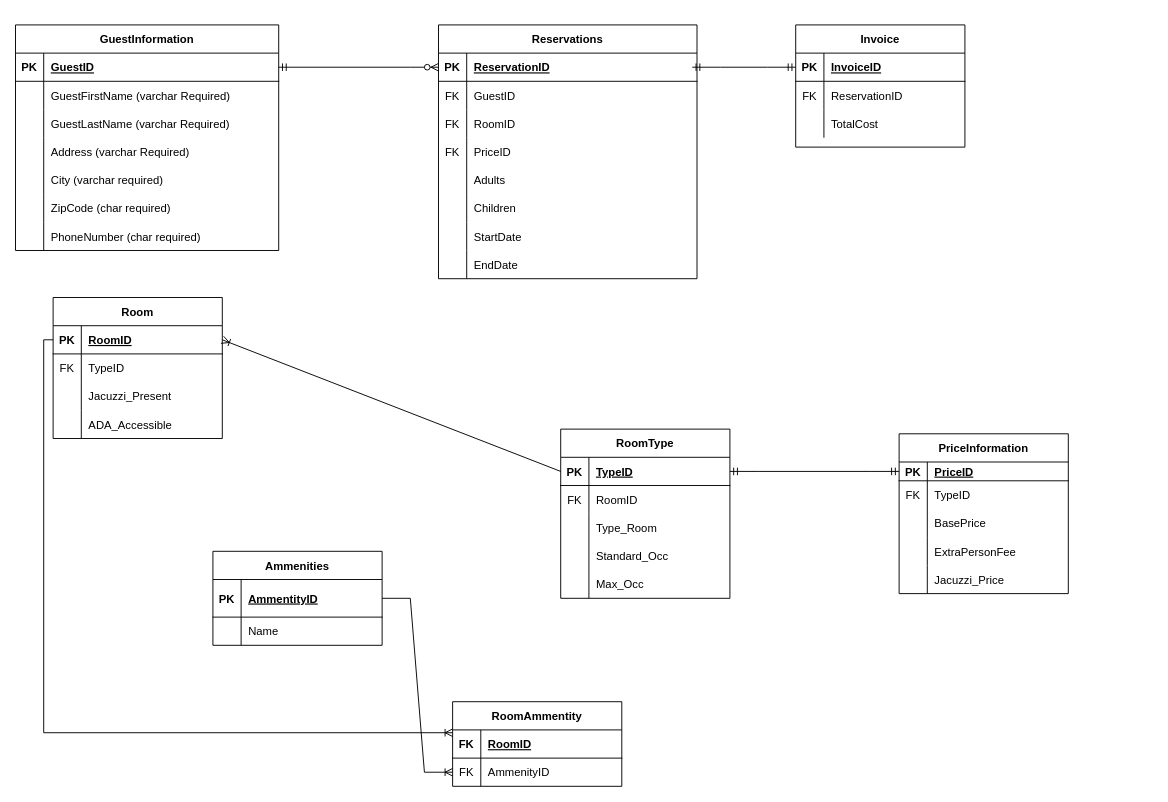
The draw.io diagram Untitled Diagram.drawio in jubin-joseph59/WileyEdge-Linux, before the edit. Source tidied: cells renumbered, new cells numbered last; positions are measured from the earlier drawing's top-left corner, leaving out a move shared by most shapes. Both pictures are drawn from the tidied source at 94%, with x=0, y=0 at pixel (15, 24).
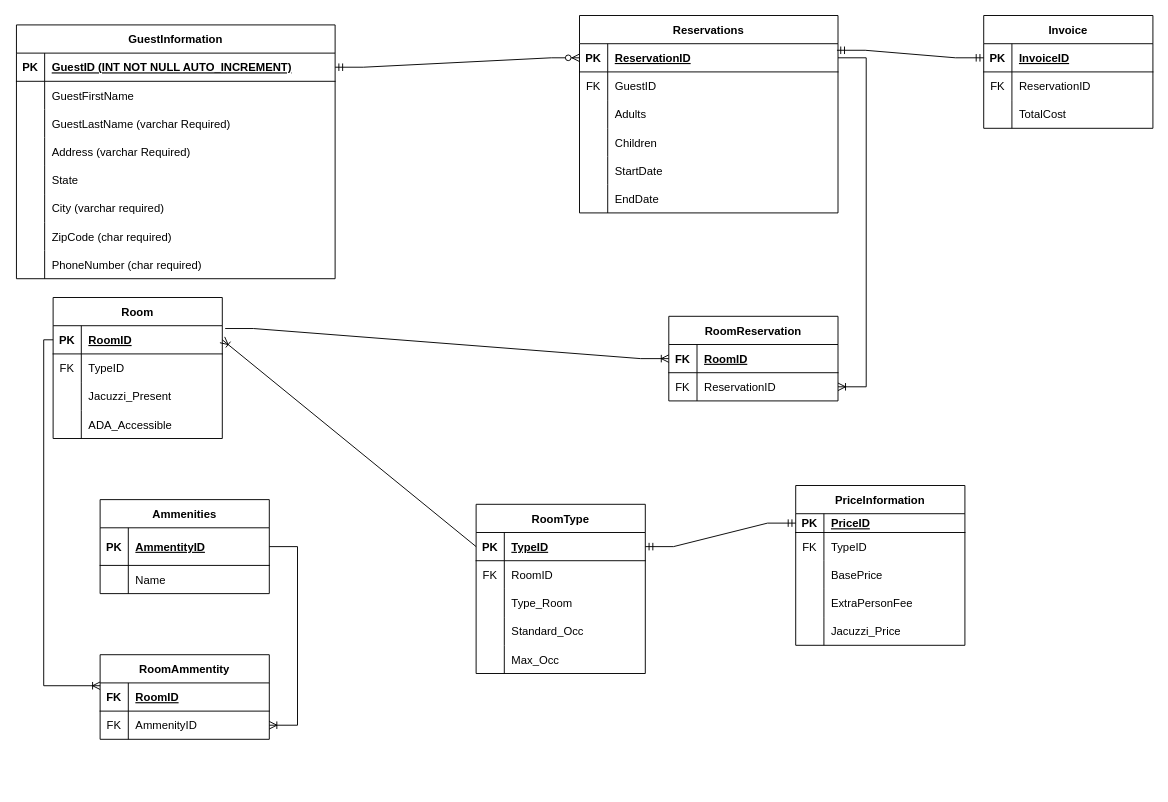
The same diagram, later.

Unchanged cells that the change refers to:
```xml
<mxCell id="25" style="shape=tableRow;horizontal=0;startSize=0;swimlaneHead=0;swimlaneBody=0;fillColor=none;points=[[0,0.5],[1,0.5]];portConstraint=eastwest;top=0;left=0;right=0;bottom=1;" parent="24" vertex="1">
  <mxGeometry y="30" width="275" height="30" as="geometry" />
</mxCell>
<mxCell id="50" style="shape=tableRow;horizontal=0;startSize=0;swimlaneHead=0;swimlaneBody=0;fillColor=none;points=[[0,0.5],[1,0.5]];portConstraint=eastwest;top=0;left=0;right=0;bottom=1;" parent="49" vertex="1">
  <mxGeometry y="30" width="180" height="30" as="geometry" />
</mxCell>
<mxCell id="100" style="shape=tableRow;horizontal=0;startSize=0;swimlaneHead=0;swimlaneBody=0;fillColor=none;points=[[0,0.5],[1,0.5]];portConstraint=eastwest;top=0;left=0;right=0;bottom=1;" parent="99" vertex="1">
  <mxGeometry y="30" width="180" height="40" as="geometry" />
</mxCell>
<mxCell id="110" style="shape=tableRow;horizontal=0;startSize=0;swimlaneHead=0;swimlaneBody=0;fillColor=none;points=[[0,0.5],[1,0.5]];portConstraint=eastwest;top=0;left=0;right=0;bottom=0;" parent="106" vertex="1">
  <mxGeometry y="60" width="180" height="30" as="geometry" />
</mxCell>
<mxCell id="118" style="shape=tableRow;horizontal=0;startSize=0;swimlaneHead=0;swimlaneBody=0;fillColor=none;points=[[0,0.5],[1,0.5]];portConstraint=eastwest;top=0;left=0;right=0;bottom=1;" parent="117" vertex="1">
  <mxGeometry y="30" width="180" height="30" as="geometry" />
</mxCell>
```

What changed in the source:
```diff
@@
     <mxCell id="2" value="GuestInformation" style="shape=table;startSize=30;childLayout=tableLayout;rowLines=0;fontStyle=1;align=center;" parent="1" vertex="1">
-      <mxGeometry width="280" height="240" as="geometry" />
+      <mxGeometry x="1" width="339" height="270" as="geometry" />
     </mxCell>
     <mxCell id="3" style="shape=tableRow;horizontal=0;startSize=0;swimlaneHead=0;swimlaneBody=0;fillColor=none;points=[[0,0.5],[1,0.5]];portConstraint=eastwest;top=0;left=0;right=0;bottom=1;" parent="2" vertex="1">
-      <mxGeometry y="30" width="280" height="30" as="geometry" />
+      <mxGeometry y="30" width="339" height="30" as="geometry" />
     </mxCell>
@@
-    <mxCell id="5" value="GuestID" style="shape=partialRectangle;fillColor=none;top=0;left=0;bottom=0;right=0;align=left;spacingLeft=6;fontStyle=5;overflow=hidden;" parent="3" vertex="1">
-      <mxGeometry x="30" width="250" height="30" as="geometry" />
+    <mxCell id="5" value="GuestID (INT NOT NULL AUTO_INCREMENT)" style="shape=partialRectangle;fillColor=none;top=0;left=0;bottom=0;right=0;align=left;spacingLeft=6;fontStyle=5;overflow=hidden;" parent="3" vertex="1">
+      <mxGeometry x="30" width="309" height="30" as="geometry" />
     </mxCell>
     <mxCell id="6" style="shape=tableRow;horizontal=0;startSize=0;swimlaneHead=0;swimlaneBody=0;fillColor=none;top=0;left=0;right=0;bottom=0;" parent="2" vertex="1">
-      <mxGeometry y="60" width="280" height="30" as="geometry" />
+      <mxGeometry y="60" width="339" height="30" as="geometry" />
     </mxCell>
@@
-    <mxCell id="8" value="GuestFirstName (varchar Required)" style="shape=partialRectangle;fillColor=none;top=0;left=0;bottom=0;right=0;align=left;spacingLeft=6;overflow=hidden;" parent="6" vertex="1">
-      <mxGeometry x="30" width="250" height="30" as="geometry" />
+    <mxCell id="8" value="GuestFirstName " style="shape=partialRectangle;fillColor=none;top=0;left=0;bottom=0;right=0;align=left;spacingLeft=6;overflow=hidden;" parent="6" vertex="1">
+      <mxGeometry x="30" width="309" height="30" as="geometry" />
     </mxCell>
     <mxCell id="9" style="shape=tableRow;horizontal=0;startSize=0;swimlaneHead=0;swimlaneBody=0;fillColor=none;top=0;left=0;right=0;bottom=0;" parent="2" vertex="1">
-      <mxGeometry y="90" width="280" height="30" as="geometry" />
+      <mxGeometry y="90" width="339" height="30" as="geometry" />
     </mxCell>
@@
     <mxCell id="11" value="GuestLastName (varchar Required)" style="shape=partialRectangle;fillColor=none;top=0;left=0;bottom=0;right=0;align=left;spacingLeft=6;overflow=hidden;" parent="9" vertex="1">
-      <mxGeometry x="30" width="250" height="30" as="geometry" />
+      <mxGeometry x="30" width="309" height="30" as="geometry" />
     </mxCell>
     <mxCell id="12" style="shape=tableRow;horizontal=0;startSize=0;swimlaneHead=0;swimlaneBody=0;fillColor=none;top=0;left=0;right=0;bottom=0;" parent="2" vertex="1">
-      <mxGeometry y="120" width="280" height="30" as="geometry" />
+      <mxGeometry y="120" width="339" height="30" as="geometry" />
     </mxCell>
@@
     <mxCell id="14" value="Address (varchar Required)" style="shape=partialRectangle;fillColor=none;top=0;left=0;bottom=0;right=0;align=left;spacingLeft=6;overflow=hidden;" parent="12" vertex="1">
-      <mxGeometry x="30" width="250" height="30" as="geometry" />
+      <mxGeometry x="30" width="309" height="30" as="geometry" />
     </mxCell>
+    <mxCell id="128" style="shape=tableRow;horizontal=0;startSize=0;swimlaneHead=0;swimlaneBody=0;fillColor=none;top=0;left=0;right=0;bottom=0;" parent="2" vertex="1">
+      <mxGeometry y="150" width="339" height="30" as="geometry" />
+    </mxCell>
+    <mxCell id="129" style="shape=partialRectangle;fillColor=none;top=0;left=0;bottom=0;right=0;overflow=hidden;" parent="128" vertex="1">
+      <mxGeometry width="30" height="30" as="geometry" />
+    </mxCell>
+    <mxCell id="130" value="State " style="shape=partialRectangle;fillColor=none;top=0;left=0;bottom=0;right=0;align=left;spacingLeft=6;overflow=hidden;" parent="128" vertex="1">
+      <mxGeometry x="30" width="309" height="30" as="geometry" />
+    </mxCell>
     <mxCell id="15" style="shape=tableRow;horizontal=0;startSize=0;swimlaneHead=0;swimlaneBody=0;fillColor=none;top=0;left=0;right=0;bottom=0;" parent="2" vertex="1">
-      <mxGeometry y="150" width="280" height="30" as="geometry" />
+      <mxGeometry y="180" width="339" height="30" as="geometry" />
     </mxCell>
@@
     <mxCell id="17" value="City (varchar required)" style="shape=partialRectangle;fillColor=none;top=0;left=0;bottom=0;right=0;align=left;spacingLeft=6;overflow=hidden;" parent="15" vertex="1">
-      <mxGeometry x="30" width="250" height="30" as="geometry" />
+      <mxGeometry x="30" width="309" height="30" as="geometry" />
     </mxCell>
     <mxCell id="18" style="shape=tableRow;horizontal=0;startSize=0;swimlaneHead=0;swimlaneBody=0;fillColor=none;top=0;left=0;right=0;bottom=0;" parent="2" vertex="1">
-      <mxGeometry y="180" width="280" height="30" as="geometry" />
+      <mxGeometry y="210" width="339" height="30" as="geometry" />
     </mxCell>
@@
     <mxCell id="20" value="ZipCode (char required) " style="shape=partialRectangle;fillColor=none;top=0;left=0;bottom=0;right=0;align=left;spacingLeft=6;overflow=hidden;" parent="18" vertex="1">
-      <mxGeometry x="30" width="250" height="30" as="geometry" />
+      <mxGeometry x="30" width="309" height="30" as="geometry" />
     </mxCell>
     <mxCell id="21" style="shape=tableRow;horizontal=0;startSize=0;swimlaneHead=0;swimlaneBody=0;fillColor=none;top=0;left=0;right=0;bottom=0;" parent="2" vertex="1">
-      <mxGeometry y="210" width="280" height="30" as="geometry" />
+      <mxGeometry y="240" width="339" height="30" as="geometry" />
     </mxCell>
@@
     <mxCell id="23" value="PhoneNumber (char required)" style="shape=partialRectangle;fillColor=none;top=0;left=0;bottom=0;right=0;align=left;spacingLeft=6;overflow=hidden;" parent="21" vertex="1">
-      <mxGeometry x="30" width="250" height="30" as="geometry" />
+      <mxGeometry x="30" width="309" height="30" as="geometry" />
     </mxCell>
     <mxCell id="24" value="Reservations" style="shape=table;startSize=30;childLayout=tableLayout;rowLines=0;fontStyle=1;align=center;" parent="1" vertex="1">
-      <mxGeometry x="450" width="275" height="270" as="geometry" />
+      <mxGeometry x="600" y="-10" width="275" height="210" as="geometry" />
     </mxCell>
@@
-    <mxCell id="31" style="shape=tableRow;horizontal=0;startSize=0;swimlaneHead=0;swimlaneBody=0;fillColor=none;top=0;left=0;right=0;bottom=0;" parent="24" vertex="1">
-      <mxGeometry y="90" width="275" height="30" as="geometry" />
-    </mxCell>
-    <mxCell id="32" value="FK" style="shape=partialRectangle;fillColor=none;top=0;left=0;bottom=0;right=0;overflow=hidden;" parent="31" vertex="1">
-      <mxGeometry width="30" height="30" as="geometry" />
-    </mxCell>
-    <mxCell id="33" value="RoomID" style="shape=partialRectangle;fillColor=none;top=0;left=0;bottom=0;right=0;align=left;spacingLeft=6;overflow=hidden;" parent="31" vertex="1">
-      <mxGeometry x="30" width="245" height="30" as="geometry" />
-    </mxCell>
-    <mxCell id="34" style="shape=tableRow;horizontal=0;startSize=0;swimlaneHead=0;swimlaneBody=0;fillColor=none;top=0;left=0;right=0;bottom=0;" parent="24" vertex="1">
-      <mxGeometry y="120" width="275" height="30" as="geometry" />
-    </mxCell>
-    <mxCell id="35" value="FK" style="shape=partialRectangle;fillColor=none;top=0;left=0;bottom=0;right=0;overflow=hidden;" parent="34" vertex="1">
-      <mxGeometry width="30" height="30" as="geometry" />
-    </mxCell>
-    <mxCell id="36" value="PriceID" style="shape=partialRectangle;fillColor=none;top=0;left=0;bottom=0;right=0;align=left;spacingLeft=6;overflow=hidden;" parent="34" vertex="1">
-      <mxGeometry x="30" width="245" height="30" as="geometry" />
-    </mxCell>
     <mxCell id="37" style="shape=tableRow;horizontal=0;startSize=0;swimlaneHead=0;swimlaneBody=0;fillColor=none;top=0;left=0;right=0;bottom=0;" parent="24" vertex="1">
-      <mxGeometry y="150" width="275" height="30" as="geometry" />
+      <mxGeometry y="90" width="275" height="30" as="geometry" />
     </mxCell>
@@
-    <mxCell id="39" style="shape=partialRectangle;fillColor=none;top=0;left=0;bottom=0;right=0;align=left;spacingLeft=6;overflow=hidden;" parent="37" vertex="1">
+    <mxCell id="39" value="Adults" style="shape=partialRectangle;fillColor=none;top=0;left=0;bottom=0;right=0;align=left;spacingLeft=6;overflow=hidden;" parent="37" vertex="1">
       <mxGeometry x="30" width="245" height="30" as="geometry" />
     </mxCell>
     <mxCell id="40" style="shape=tableRow;horizontal=0;startSize=0;swimlaneHead=0;swimlaneBody=0;fillColor=none;top=0;left=0;right=0;bottom=0;" parent="24" vertex="1">
-      <mxGeometry y="180" width="275" height="30" as="geometry" />
+      <mxGeometry y="120" width="275" height="30" as="geometry" />
     </mxCell>
@@
-    <mxCell id="42" style="shape=partialRectangle;fillColor=none;top=0;left=0;bottom=0;right=0;align=left;spacingLeft=6;overflow=hidden;" parent="40" vertex="1">
+    <mxCell id="42" value="Children" style="shape=partialRectangle;fillColor=none;top=0;left=0;bottom=0;right=0;align=left;spacingLeft=6;overflow=hidden;" parent="40" vertex="1">
       <mxGeometry x="30" width="245" height="30" as="geometry" />
     </mxCell>
     <mxCell id="43" style="shape=tableRow;horizontal=0;startSize=0;swimlaneHead=0;swimlaneBody=0;fillColor=none;top=0;left=0;right=0;bottom=0;" parent="24" vertex="1">
-      <mxGeometry y="210" width="275" height="30" as="geometry" />
+      <mxGeometry y="150" width="275" height="30" as="geometry" />
     </mxCell>
@@
-    <mxCell id="45" style="shape=partialRectangle;fillColor=none;top=0;left=0;bottom=0;right=0;align=left;spacingLeft=6;overflow=hidden;" parent="43" vertex="1">
+    <mxCell id="45" value="StartDate" style="shape=partialRectangle;fillColor=none;top=0;left=0;bottom=0;right=0;align=left;spacingLeft=6;overflow=hidden;" parent="43" vertex="1">
       <mxGeometry x="30" width="245" height="30" as="geometry" />
     </mxCell>
     <mxCell id="46" style="shape=tableRow;horizontal=0;startSize=0;swimlaneHead=0;swimlaneBody=0;fillColor=none;top=0;left=0;right=0;bottom=0;" parent="24" vertex="1">
-      <mxGeometry y="240" width="275" height="30" as="geometry" />
+      <mxGeometry y="180" width="275" height="30" as="geometry" />
     </mxCell>
@@
-    <mxCell id="48" style="shape=partialRectangle;fillColor=none;top=0;left=0;bottom=0;right=0;align=left;spacingLeft=6;overflow=hidden;" parent="46" vertex="1">
+    <mxCell id="48" value="EndDate" style="shape=partialRectangle;fillColor=none;top=0;left=0;bottom=0;right=0;align=left;spacingLeft=6;overflow=hidden;" parent="46" vertex="1">
       <mxGeometry x="30" width="245" height="30" as="geometry" />
     </mxCell>
@@
     <mxCell id="62" value="RoomType" style="shape=table;startSize=30;childLayout=tableLayout;rowLines=0;fontStyle=1;align=center;" parent="1" vertex="1">
-      <mxGeometry x="580" y="430" width="180" height="180" as="geometry" />
+      <mxGeometry x="490" y="510" width="180" height="180" as="geometry" />
     </mxCell>
@@
     <mxCell id="78" value="PriceInformation" style="shape=table;startSize=30;childLayout=tableLayout;rowLines=0;fontStyle=1;align=center;" parent="1" vertex="1">
-      <mxGeometry x="940" y="435" width="180" height="170" as="geometry" />
+      <mxGeometry x="830" y="490" width="180" height="170" as="geometry" />
     </mxCell>
@@
-    <mxCell id="94" value="Adults" style="shape=partialRectangle;fillColor=none;top=0;left=0;bottom=0;right=0;align=left;spacingLeft=6;overflow=hidden;" parent="1" vertex="1">
+    <mxCell id="94" style="shape=partialRectangle;fillColor=none;top=0;left=0;bottom=0;right=0;align=left;spacingLeft=6;overflow=hidden;" parent="1" vertex="1">
       <mxGeometry x="480" y="150" width="150" height="30" as="geometry" />
     </mxCell>
-    <mxCell id="95" value="Children" style="shape=partialRectangle;fillColor=none;top=0;left=0;bottom=0;right=0;align=left;spacingLeft=6;overflow=hidden;" parent="1" vertex="1">
+    <mxCell id="95" style="shape=partialRectangle;fillColor=none;top=0;left=0;bottom=0;right=0;align=left;spacingLeft=6;overflow=hidden;" parent="1" vertex="1">
       <mxGeometry x="480" y="180" width="150" height="30" as="geometry" />
     </mxCell>
-    <mxCell id="96" value="StartDate" style="shape=partialRectangle;fillColor=none;top=0;left=0;bottom=0;right=0;align=left;spacingLeft=6;overflow=hidden;" parent="1" vertex="1">
+    <mxCell id="96" style="shape=partialRectangle;fillColor=none;top=0;left=0;bottom=0;right=0;align=left;spacingLeft=6;overflow=hidden;" parent="1" vertex="1">
       <mxGeometry x="480" y="210" width="150" height="30" as="geometry" />
     </mxCell>
-    <mxCell id="97" value="EndDate" style="shape=partialRectangle;fillColor=none;top=0;left=0;bottom=0;right=0;align=left;spacingLeft=6;overflow=hidden;" parent="1" vertex="1">
+    <mxCell id="97" style="shape=partialRectangle;fillColor=none;top=0;left=0;bottom=0;right=0;align=left;spacingLeft=6;overflow=hidden;" parent="1" vertex="1">
       <mxGeometry x="480" y="240" width="150" height="30" as="geometry" />
     </mxCell>
@@
     <mxCell id="99" value="Ammenities" style="shape=table;startSize=30;childLayout=tableLayout;rowLines=0;fontStyle=1;align=center;" parent="1" vertex="1">
-      <mxGeometry x="210" y="560" width="180" height="100" as="geometry" />
+      <mxGeometry x="90" y="505" width="180" height="100" as="geometry" />
     </mxCell>
@@
     <mxCell id="106" value="RoomAmmentity" style="shape=table;startSize=30;childLayout=tableLayout;rowLines=0;fontStyle=1;align=center;" parent="1" vertex="1">
-      <mxGeometry x="465" y="720" width="180" height="90" as="geometry" />
+      <mxGeometry x="90" y="670" width="180" height="90" as="geometry" />
     </mxCell>
@@
-    <mxCell id="113" style="edgeStyle=entityRelationEdgeStyle;fontSize=12;html=1;endArrow=ERoneToMany;rounded=0;exitX=1;exitY=0.5;exitDx=0;exitDy=0;entryX=0;entryY=0.5;entryDx=0;entryDy=0;" parent="1" edge="1" source="100" target="110">
+    <mxCell id="113" style="edgeStyle=entityRelationEdgeStyle;fontSize=12;html=1;endArrow=ERoneToMany;rounded=0;exitX=1;exitY=0.5;exitDx=0;exitDy=0;entryX=1;entryY=0.5;entryDx=0;entryDy=0;" parent="1" edge="1" source="100" target="110">
       <mxGeometry relative="1" as="geometry" />
     </mxCell>
@@
     <mxCell id="117" value="Invoice" style="shape=table;startSize=30;childLayout=tableLayout;rowLines=0;fontStyle=1;align=center;" parent="1" vertex="1">
-      <mxGeometry x="830" width="180" height="130" as="geometry" />
+      <mxGeometry x="1030" y="-10" width="180" height="120" as="geometry" />
     </mxCell>
@@
-    <mxCell id="127" style="edgeStyle=entityRelationEdgeStyle;fontSize=12;html=1;endArrow=ERmandOne;startArrow=ERmandOne;rounded=0;entryX=0;entryY=0.5;entryDx=0;entryDy=0;" parent="1" edge="1" target="118">
-      <mxGeometry relative="1" as="geometry">
-        <mxPoint x="720" y="45" as="sourcePoint" />
-      </mxGeometry>
-    </mxCell>
+    <mxCell id="131" value="RoomReservation" style="shape=table;startSize=30;childLayout=tableLayout;rowLines=0;fontStyle=1;align=center;" parent="1" vertex="1">
+      <mxGeometry x="695" y="310" width="180" height="90" as="geometry" />
+    </mxCell>
+    <mxCell id="132" style="shape=tableRow;horizontal=0;startSize=0;swimlaneHead=0;swimlaneBody=0;fillColor=none;points=[[0,0.5],[1,0.5]];portConstraint=eastwest;top=0;left=0;right=0;bottom=1;" parent="131" vertex="1">
+      <mxGeometry y="30" width="180" height="30" as="geometry" />
+    </mxCell>
+    <mxCell id="133" value="FK" style="shape=partialRectangle;fillColor=none;top=0;left=0;bottom=0;right=0;fontStyle=1;overflow=hidden;" parent="132" vertex="1">
+      <mxGeometry width="30" height="30" as="geometry" />
+    </mxCell>
+    <mxCell id="33" value="RoomID" style="shape=partialRectangle;fillColor=none;top=0;left=0;bottom=0;right=0;align=left;spacingLeft=6;fontStyle=5;overflow=hidden;" parent="132" vertex="1">
+      <mxGeometry x="30" width="150" height="30" as="geometry" />
+    </mxCell>
+    <mxCell id="134" style="shape=tableRow;horizontal=0;startSize=0;swimlaneHead=0;swimlaneBody=0;fillColor=none;points=[[0,0.5],[1,0.5]];portConstraint=eastwest;top=0;left=0;right=0;bottom=0;" parent="131" vertex="1">
+      <mxGeometry y="60" width="180" height="30" as="geometry" />
+    </mxCell>
+    <mxCell id="135" value="FK" style="shape=partialRectangle;fillColor=none;top=0;left=0;bottom=0;right=0;overflow=hidden;" parent="134" vertex="1">
+      <mxGeometry width="30" height="30" as="geometry" />
+    </mxCell>
+    <mxCell id="136" value="ReservationID" style="shape=partialRectangle;fillColor=none;top=0;left=0;bottom=0;right=0;align=left;spacingLeft=6;overflow=hidden;" parent="134" vertex="1">
+      <mxGeometry x="30" width="150" height="30" as="geometry" />
+    </mxCell>
+    <mxCell id="137" style="shape=partialRectangle;fillColor=none;top=0;left=0;bottom=0;right=0;align=left;spacingLeft=6;overflow=hidden;" parent="1" vertex="1">
+      <mxGeometry x="335" y="190" width="245" height="40" as="geometry" />
+    </mxCell>
+    <mxCell id="138" style="edgeStyle=entityRelationEdgeStyle;fontSize=12;html=1;endArrow=ERoneToMany;rounded=0;exitX=1;exitY=0.5;exitDx=0;exitDy=0;entryX=1;entryY=0.5;entryDx=0;entryDy=0;" parent="1" edge="1" source="25" target="134">
+      <mxGeometry relative="1" as="geometry" />
+    </mxCell>
+    <mxCell id="139" style="edgeStyle=entityRelationEdgeStyle;fontSize=12;html=1;endArrow=ERoneToMany;rounded=0;exitX=1.017;exitY=0.1;exitDx=0;exitDy=0;exitPerimeter=0;entryX=0;entryY=0.5;entryDx=0;entryDy=0;" parent="1" edge="1" source="50" target="132">
+      <mxGeometry relative="1" as="geometry" />
+    </mxCell>
+    <mxCell id="140" style="edgeStyle=entityRelationEdgeStyle;fontSize=12;html=1;endArrow=ERmandOne;startArrow=ERmandOne;rounded=0;entryX=0;entryY=0.5;entryDx=0;entryDy=0;exitX=0.996;exitY=0.233;exitDx=0;exitDy=0;exitPerimeter=0;" parent="1" edge="1" source="25" target="118">
+      <mxGeometry relative="1" as="geometry" />
+    </mxCell>
```
